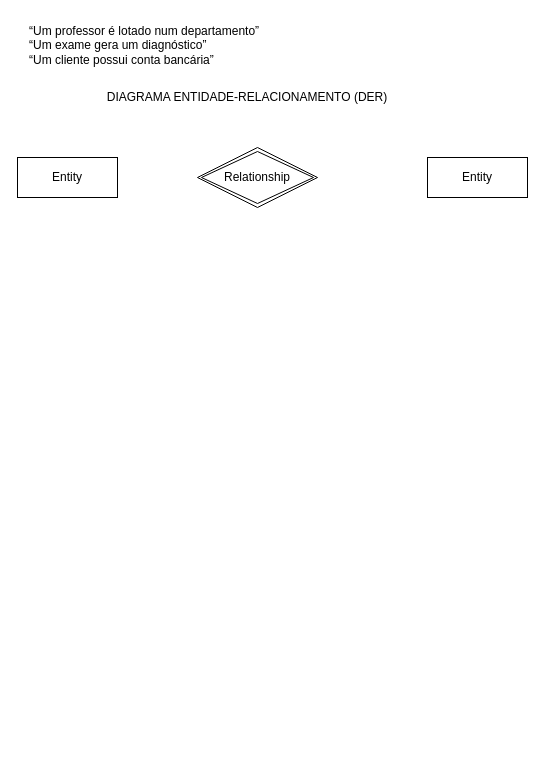
This is page "DER-01" (3 of 4) of Aula-18-Maio-2021.drawio from vladimiralencar/Alunos-UEPB-BancoDeDados, a draw.io file, before an edit. Source tidied: cells renumbered, new cells numbered last; positions are measured from the earlier drawing's top-left corner, leaving out a move shared by most shapes. Both pictures are drawn from the tidied source at 100%, with x=0, y=0 at pixel (17, 17).
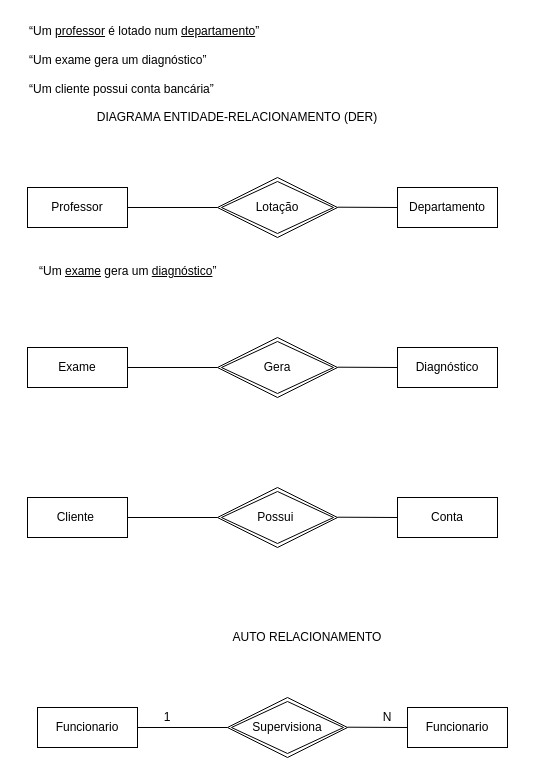
The same page after the edit.

What changed in the source:
```diff
@@
-    <mxCell id="2" value="Entity" style="whiteSpace=wrap;html=1;align=center;" parent="1" vertex="1">
-      <mxGeometry y="140" width="100" height="40" as="geometry" />
-    </mxCell>
-    <mxCell id="3" value="“Um professor é lotado num departamento” &#10;“Um exame gera um diagnóstico” &#10;“Um cliente possui conta bancária”" style="text;whiteSpace=wrap;html=1;" parent="1" vertex="1">
+    <mxCell id="3" value="“Um &lt;u&gt;professor&lt;/u&gt; é lotado num &lt;u&gt;departamento&lt;/u&gt;”&lt;br/&gt;&lt;br&gt;“Um exame gera um diagnóstico”&lt;br/&gt;&lt;br&gt;“Um cliente possui conta bancária”" style="text;whiteSpace=wrap;html=1;" parent="1" vertex="1">
       <mxGeometry x="10" width="260" height="60" as="geometry" />
     </mxCell>
-    <mxCell id="4" value="Entity" style="whiteSpace=wrap;html=1;align=center;" parent="1" vertex="1">
-      <mxGeometry x="410" y="140" width="100" height="40" as="geometry" />
-    </mxCell>
-    <mxCell id="5" value="Relationship" style="shape=rhombus;double=1;perimeter=rhombusPerimeter;whiteSpace=wrap;html=1;align=center;" parent="1" vertex="1">
-      <mxGeometry x="180" y="130" width="120" height="60" as="geometry" />
-    </mxCell>
     <mxCell id="6" value="DIAGRAMA ENTIDADE-RELACIONAMENTO (DER)" style="text;html=1;strokeColor=none;fillColor=none;align=center;verticalAlign=middle;whiteSpace=wrap;rounded=0;" parent="1" vertex="1">
-      <mxGeometry x="10" y="70" width="440" height="20" as="geometry" />
+      <mxGeometry y="90" width="440" height="20" as="geometry" />
     </mxCell>
+    <mxCell id="7" value="Professor" style="whiteSpace=wrap;html=1;align=center;" parent="1" vertex="1">
+      <mxGeometry x="10" y="170" width="100" height="40" as="geometry" />
+    </mxCell>
+    <mxCell id="8" value="Departamento" style="whiteSpace=wrap;html=1;align=center;" parent="1" vertex="1">
+      <mxGeometry x="380" y="170" width="100" height="40" as="geometry" />
+    </mxCell>
+    <mxCell id="9" value="Lotação" style="shape=rhombus;double=1;perimeter=rhombusPerimeter;whiteSpace=wrap;html=1;align=center;" parent="1" vertex="1">
+      <mxGeometry x="200" y="160" width="120" height="60" as="geometry" />
+    </mxCell>
+    <mxCell id="10" style="endArrow=none;html=1;rounded=0;" parent="1" edge="1">
+      <mxGeometry relative="1" as="geometry">
+        <mxPoint x="110" y="190" as="sourcePoint" />
+        <mxPoint x="200" y="190" as="targetPoint" />
+      </mxGeometry>
+    </mxCell>
+    <mxCell id="11" style="endArrow=none;html=1;rounded=0;" parent="1" edge="1">
+      <mxGeometry relative="1" as="geometry">
+        <mxPoint x="320" y="189.7" as="sourcePoint" />
+        <mxPoint x="380" y="190" as="targetPoint" />
+      </mxGeometry>
+    </mxCell>
+    <mxCell id="12" value="“Um &lt;u&gt;exame&lt;/u&gt; gera um &lt;u&gt;diagnóstico&lt;/u&gt;”&lt;br&gt;&lt;br&gt;&lt;br&gt;&lt;br&gt;" style="text;whiteSpace=wrap;html=1;" parent="1" vertex="1">
+      <mxGeometry x="20" y="240" width="260" height="60" as="geometry" />
+    </mxCell>
+    <mxCell id="13" value="Exame" style="whiteSpace=wrap;html=1;align=center;" parent="1" vertex="1">
+      <mxGeometry x="10" y="330" width="100" height="40" as="geometry" />
+    </mxCell>
+    <mxCell id="14" value="Diagnóstico" style="whiteSpace=wrap;html=1;align=center;" parent="1" vertex="1">
+      <mxGeometry x="380" y="330" width="100" height="40" as="geometry" />
+    </mxCell>
+    <mxCell id="15" value="Gera" style="shape=rhombus;double=1;perimeter=rhombusPerimeter;whiteSpace=wrap;html=1;align=center;" parent="1" vertex="1">
+      <mxGeometry x="200" y="320" width="120" height="60" as="geometry" />
+    </mxCell>
+    <mxCell id="16" style="endArrow=none;html=1;rounded=0;" parent="1" edge="1">
+      <mxGeometry relative="1" as="geometry">
+        <mxPoint x="110" y="350" as="sourcePoint" />
+        <mxPoint x="200" y="350" as="targetPoint" />
+      </mxGeometry>
+    </mxCell>
+    <mxCell id="17" style="endArrow=none;html=1;rounded=0;" parent="1" edge="1">
+      <mxGeometry relative="1" as="geometry">
+        <mxPoint x="320" y="349.7" as="sourcePoint" />
+        <mxPoint x="380" y="350" as="targetPoint" />
+      </mxGeometry>
+    </mxCell>
+    <mxCell id="18" value="Cliente&lt;span style=&quot;white-space: pre&quot;&gt; &lt;/span&gt;" style="whiteSpace=wrap;html=1;align=center;" parent="1" vertex="1">
+      <mxGeometry x="10" y="480" width="100" height="40" as="geometry" />
+    </mxCell>
+    <mxCell id="19" value="Conta" style="whiteSpace=wrap;html=1;align=center;" parent="1" vertex="1">
+      <mxGeometry x="380" y="480" width="100" height="40" as="geometry" />
+    </mxCell>
+    <mxCell id="20" value="Possui&lt;span style=&quot;white-space: pre&quot;&gt; &lt;/span&gt;" style="shape=rhombus;double=1;perimeter=rhombusPerimeter;whiteSpace=wrap;html=1;align=center;" parent="1" vertex="1">
+      <mxGeometry x="200" y="470" width="120" height="60" as="geometry" />
+    </mxCell>
+    <mxCell id="21" style="endArrow=none;html=1;rounded=0;" parent="1" edge="1">
+      <mxGeometry relative="1" as="geometry">
+        <mxPoint x="110" y="500" as="sourcePoint" />
+        <mxPoint x="200" y="500" as="targetPoint" />
+      </mxGeometry>
+    </mxCell>
+    <mxCell id="22" style="endArrow=none;html=1;rounded=0;" parent="1" edge="1">
+      <mxGeometry relative="1" as="geometry">
+        <mxPoint x="320" y="499.7" as="sourcePoint" />
+        <mxPoint x="380" y="500" as="targetPoint" />
+      </mxGeometry>
+    </mxCell>
+    <mxCell id="23" value="Funcionario" style="whiteSpace=wrap;html=1;align=center;" parent="1" vertex="1">
+      <mxGeometry x="20" y="690" width="100" height="40" as="geometry" />
+    </mxCell>
+    <mxCell id="24" value="Funcionario" style="whiteSpace=wrap;html=1;align=center;" parent="1" vertex="1">
+      <mxGeometry x="390" y="690" width="100" height="40" as="geometry" />
+    </mxCell>
+    <mxCell id="25" value="Supervisiona" style="shape=rhombus;double=1;perimeter=rhombusPerimeter;whiteSpace=wrap;html=1;align=center;" parent="1" vertex="1">
+      <mxGeometry x="210" y="680" width="120" height="60" as="geometry" />
+    </mxCell>
+    <mxCell id="26" style="endArrow=none;html=1;rounded=0;" parent="1" edge="1">
+      <mxGeometry relative="1" as="geometry">
+        <mxPoint x="120" y="710" as="sourcePoint" />
+        <mxPoint x="210" y="710" as="targetPoint" />
+      </mxGeometry>
+    </mxCell>
+    <mxCell id="27" style="endArrow=none;html=1;rounded=0;" parent="1" edge="1">
+      <mxGeometry relative="1" as="geometry">
+        <mxPoint x="330" y="709.7" as="sourcePoint" />
+        <mxPoint x="390" y="710" as="targetPoint" />
+      </mxGeometry>
+    </mxCell>
+    <mxCell id="28" value="AUTO RELACIONAMENTO" style="text;html=1;strokeColor=none;fillColor=none;align=center;verticalAlign=middle;whiteSpace=wrap;rounded=0;" parent="1" vertex="1">
+      <mxGeometry x="150" y="610" width="280" height="20" as="geometry" />
+    </mxCell>
+    <mxCell id="29" value="1" style="text;html=1;strokeColor=none;fillColor=none;align=center;verticalAlign=middle;whiteSpace=wrap;rounded=0;" parent="1" vertex="1">
+      <mxGeometry x="130" y="690" width="40" height="20" as="geometry" />
+    </mxCell>
+    <mxCell id="30" value="N" style="text;html=1;strokeColor=none;fillColor=none;align=center;verticalAlign=middle;whiteSpace=wrap;rounded=0;" parent="1" vertex="1">
+      <mxGeometry x="350" y="690" width="40" height="20" as="geometry" />
+    </mxCell>
```
